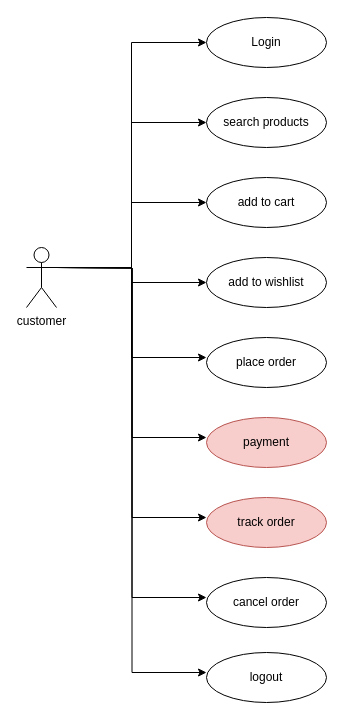
sudopwr/database-course keeps this draw.io diagram as page "customer_usecases" (3 of 4) of online_cloth_shopping.drawio. Above is the earlier version. Source tidied: cells renumbered, new cells numbered last; positions are measured from the earlier drawing's top-left corner, leaving out a move shared by most shapes. Both pictures are drawn from the tidied source at 100%, with x=0, y=0 at pixel (26, 17).
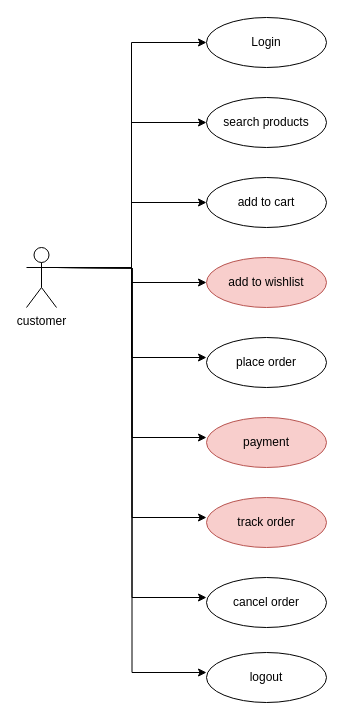
The same page after the edit.

Diff of the diagram source:
```diff
@@
-    <mxCell id="11" value="add to wishlist" style="ellipse;whiteSpace=wrap;html=1;" parent="1" vertex="1">
+    <mxCell id="11" value="add to wishlist" style="ellipse;whiteSpace=wrap;html=1;fillColor=#f8cecc;strokeColor=#b85450;" parent="1" vertex="1">
       <mxGeometry x="180" y="240" width="120" height="50" as="geometry" />
     </mxCell>
```
